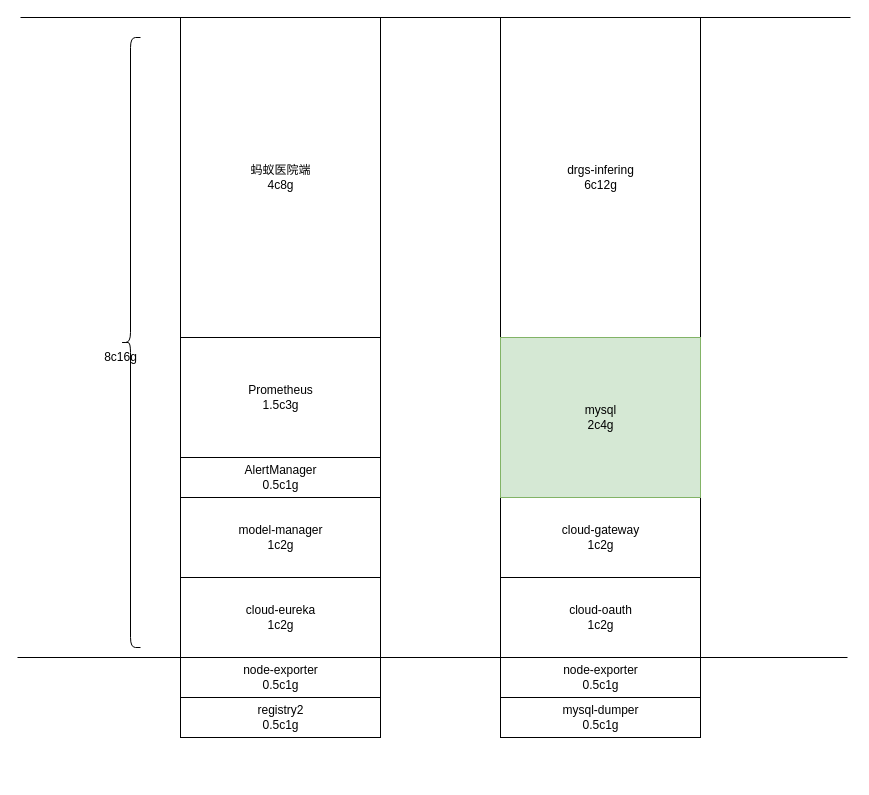
Earlier version of the draw.io diagram article/fl-learning.drawio (cactusgame/awesome). Source tidied: cells renumbered, new cells numbered last; positions are measured from the earlier drawing's top-left corner, leaving out a move shared by most shapes. Both pictures are drawn from the tidied source at 100%, with x=0, y=0 at pixel (17, 17).
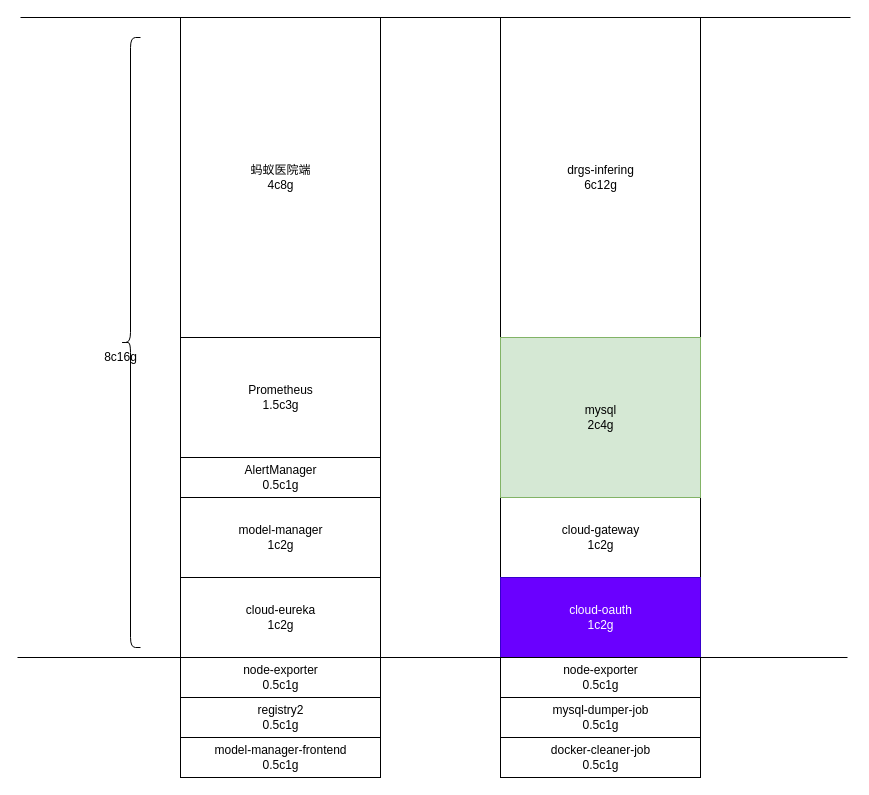
The same diagram, later.

Diff of the diagram source:
```diff
@@
-    <mxCell id="12" value="cloud-oauth&lt;br&gt;1c2g" style="html=1;" parent="1" vertex="1">
+    <mxCell id="12" value="cloud-oauth&lt;br&gt;1c2g" style="html=1;fillColor=#6a00ff;strokeColor=#3700CC;fontColor=#ffffff;" parent="1" vertex="1">
       <mxGeometry x="483" y="560" width="200" height="80" as="geometry" />
     </mxCell>
@@
-    <mxCell id="17" value="mysql-dumper&lt;br&gt;0.5c1g" style="html=1;" parent="1" vertex="1">
+    <mxCell id="17" value="mysql-dumper-job&lt;br&gt;0.5c1g" style="html=1;" parent="1" vertex="1">
       <mxGeometry x="483" y="680" width="200" height="40" as="geometry" />
     </mxCell>
@@
+    <mxCell id="20" value="model-manager-frontend&lt;br&gt;0.5c1g" style="html=1;" parent="1" vertex="1">
+      <mxGeometry x="163" y="720" width="200" height="40" as="geometry" />
+    </mxCell>
+    <mxCell id="21" value="docker-cleaner-job&lt;br&gt;0.5c1g" style="html=1;" parent="1" vertex="1">
+      <mxGeometry x="483" y="720" width="200" height="40" as="geometry" />
+    </mxCell>
```
